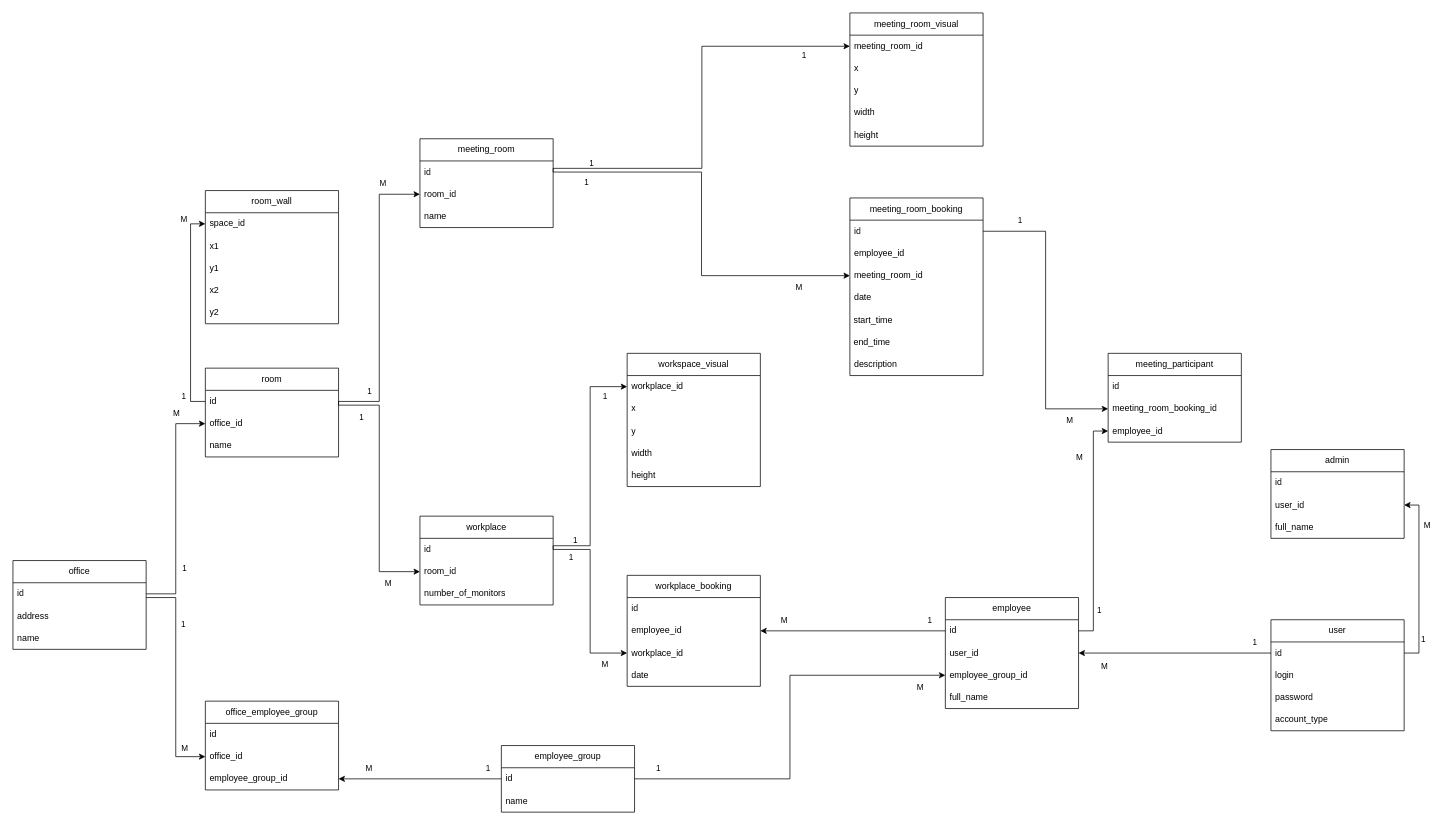
Earlier version of the draw.io diagram models/er.drawio (sultanowskii/workspace-booking). Source tidied: cells renumbered, new cells numbered last; positions are measured from the earlier drawing's top-left corner, leaving out a move shared by most shapes. Both pictures are drawn from the tidied source at 74%, with x=0, y=0 at pixel (13, 13).
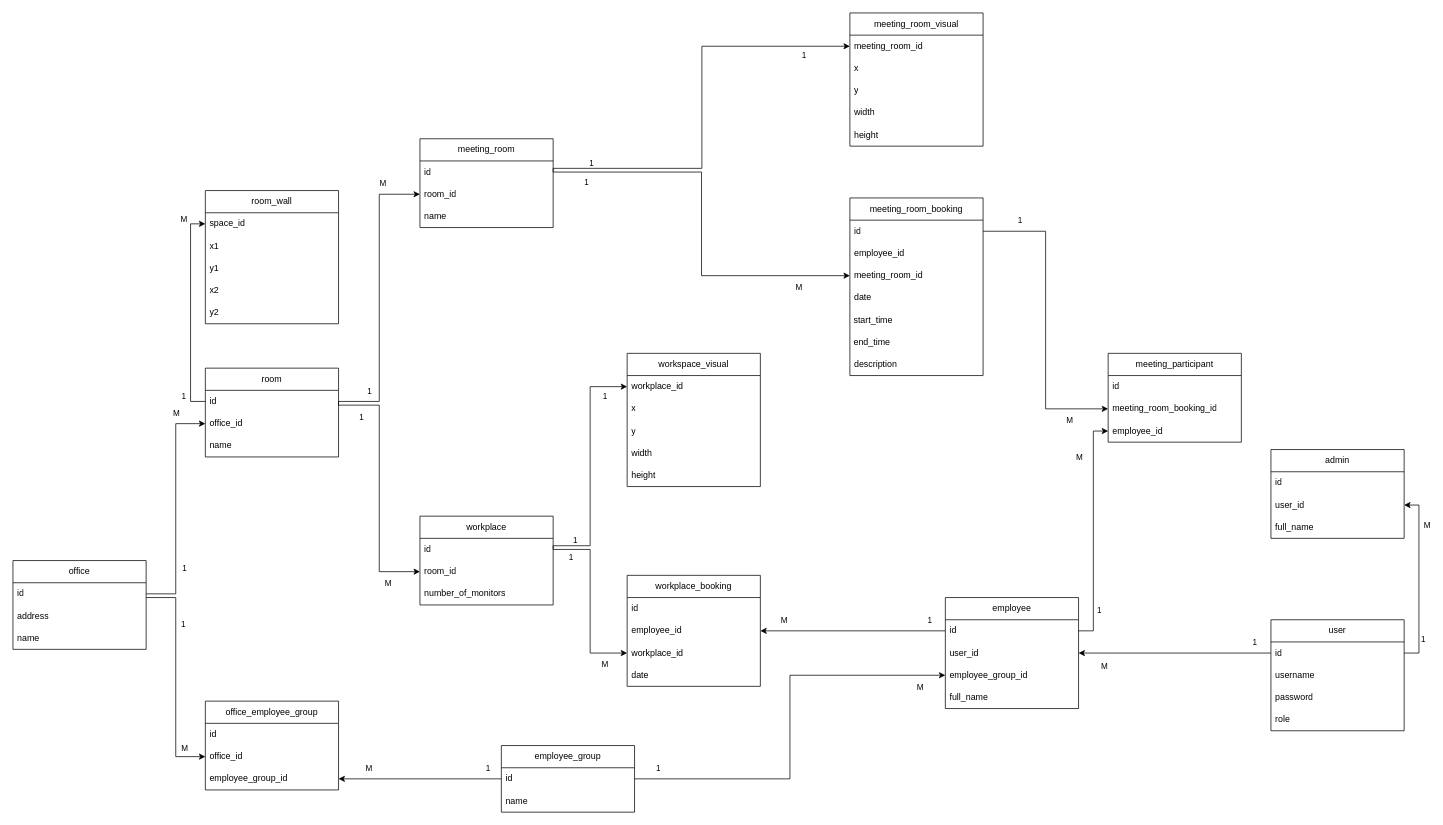
The same page after the edit.

Unchanged cells that the change refers to:
```xml
<mxCell id="69" value="user" style="swimlane;fontStyle=0;horizontal=1;startSize=30;whiteSpace=wrap;html=1;" parent="1" vertex="1">
  <mxGeometry x="1700" y="820" width="180" height="150" as="geometry" />
</mxCell>
```

What changed in the source:
```diff
@@
-    <mxCell id="71" value="login" style="text;strokeColor=none;fillColor=none;align=left;verticalAlign=middle;spacingLeft=4;spacingRight=4;overflow=hidden;whiteSpace=wrap;html=1;" parent="69" vertex="1">
+    <mxCell id="71" value="username" style="text;strokeColor=none;fillColor=none;align=left;verticalAlign=middle;spacingLeft=4;spacingRight=4;overflow=hidden;whiteSpace=wrap;html=1;" parent="69" vertex="1">
       <mxGeometry y="60" width="180" height="30" as="geometry" />
     </mxCell>
@@
-    <mxCell id="73" value="account_type" style="text;strokeColor=none;fillColor=none;align=left;verticalAlign=middle;spacingLeft=4;spacingRight=4;overflow=hidden;whiteSpace=wrap;html=1;" parent="69" vertex="1">
+    <mxCell id="73" value="role" style="text;strokeColor=none;fillColor=none;align=left;verticalAlign=middle;spacingLeft=4;spacingRight=4;overflow=hidden;whiteSpace=wrap;html=1;" parent="69" vertex="1">
       <mxGeometry y="120" width="180" height="30" as="geometry" />
     </mxCell>
```
